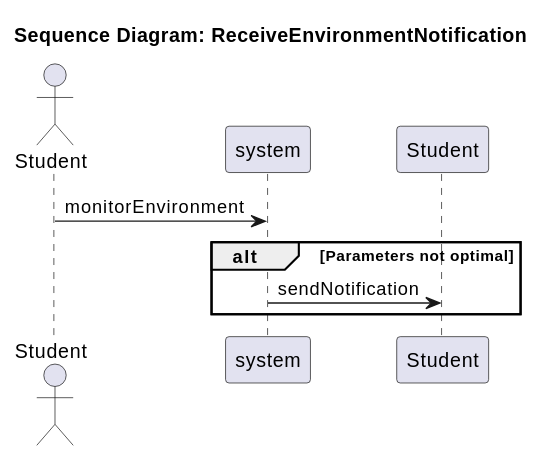
Before: Documentation/Analysis/ssds/StudyHelper_ReceiveEnvironmentNotification.ssd.svg, a diagram exported from PlantUML (SEP4Real/SEP4). Its diagram source:
```plantuml
@startuml
title Sequence Diagram: ReceiveEnvironmentNotification
actor "Student" as Actor
participant "system" as System
participant "Student" as Student

Actor -> System : monitorEnvironment
alt Parameters not optimal
System -> Student : sendNotification
end
@enduml
```
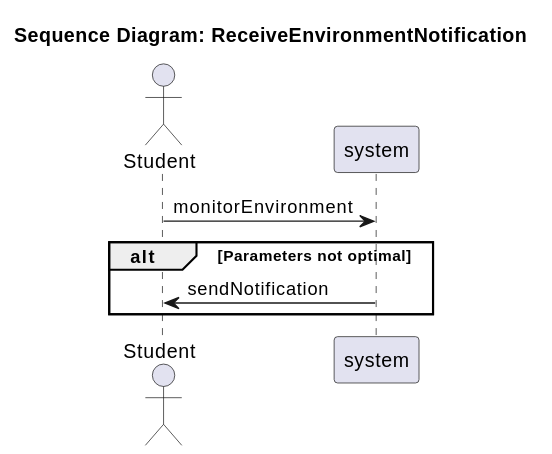
Later version of the same file.

Change to the diagram source:
```diff
@@ -2,10 +2,9 @@
 title Sequence Diagram: ReceiveEnvironmentNotification
 actor "Student" as Actor
 participant "system" as System
-participant "Student" as Student
 
 Actor -> System : monitorEnvironment
 alt Parameters not optimal
-System -> Student : sendNotification
+System -> Actor : sendNotification
 end
 @enduml
```
